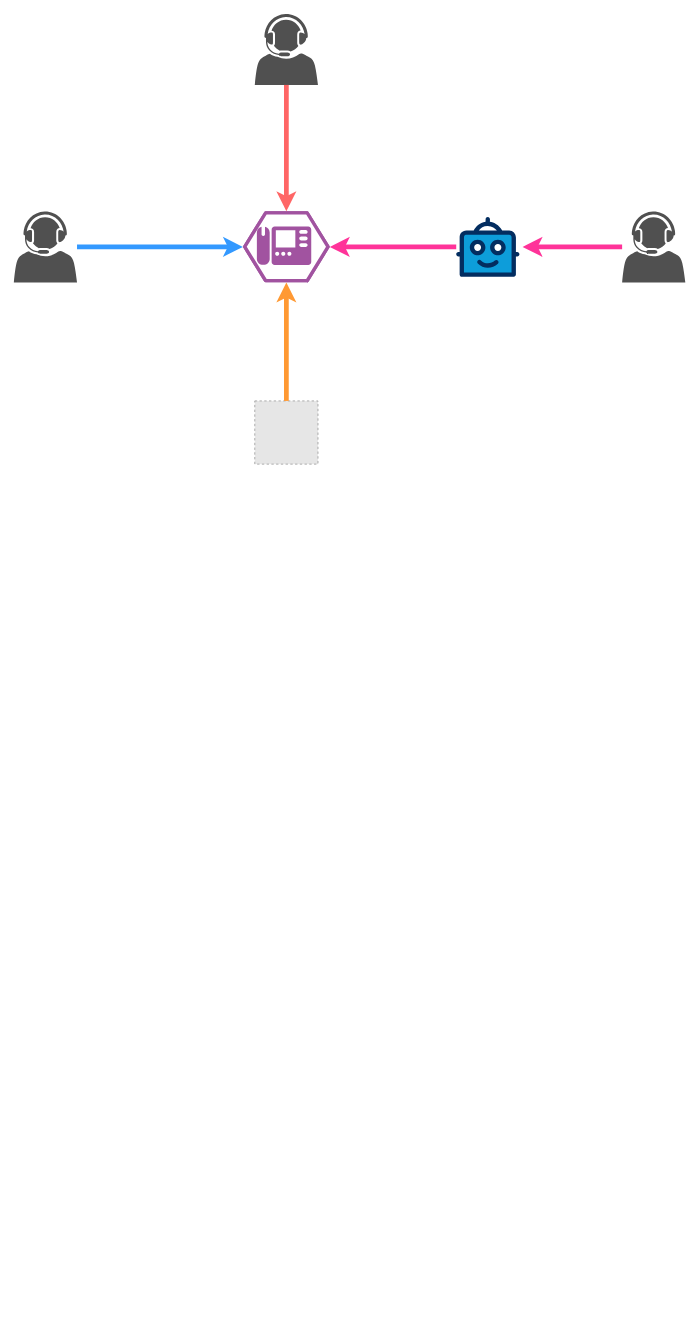
The draw.io diagram 外呼.drawio in LuOyEbY/draw-b, before the edit. Source tidied: cells renumbered, new cells numbered last; positions are measured from the earlier drawing's top-left corner, leaving out a move shared by most shapes. Both pictures are drawn from the tidied source at 79%, with x=0, y=0 at pixel (13, 13). Pictures stored in the file or linked from it are replaced by grey dashed boxes.
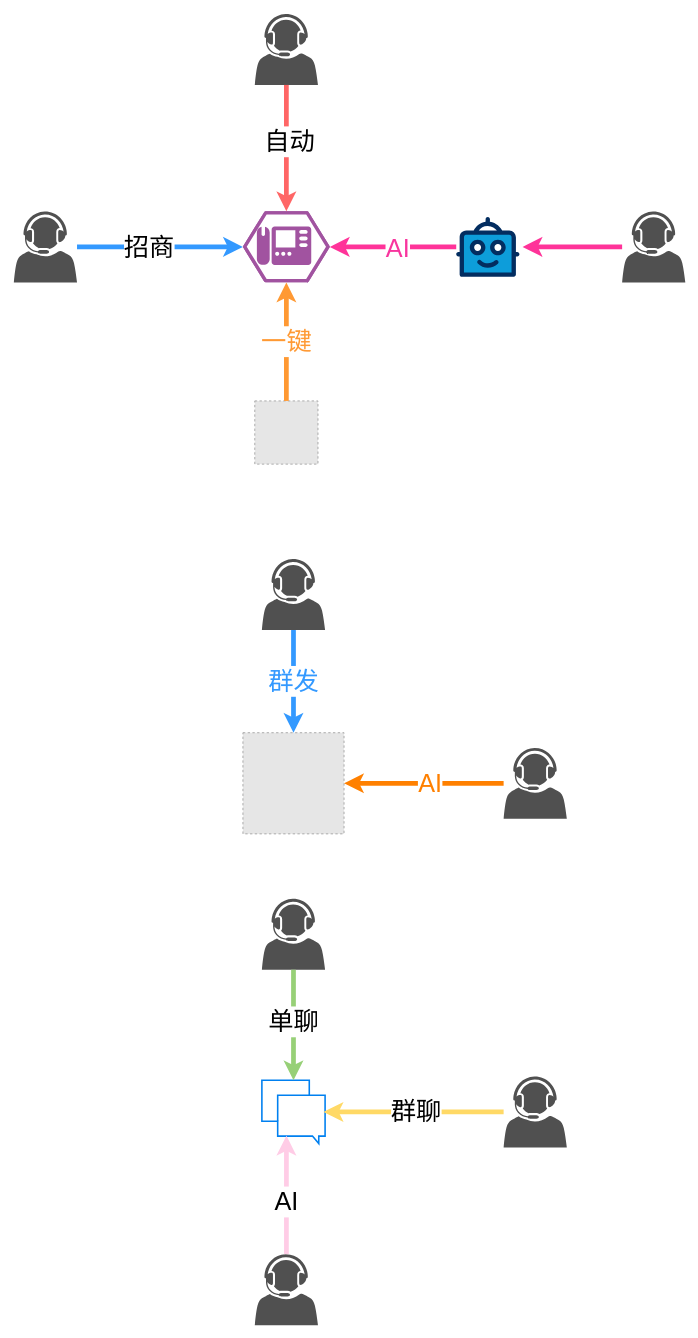
The same page after the edit.

Unchanged cells that the change refers to:
```xml
<mxCell id="2" style="verticalLabelPosition=bottom;sketch=0;html=1;fillColor=#A153A0;strokeColor=#ffffff;verticalAlign=top;align=center;points=[[0,0.5,0],[0.125,0.25,0],[0.25,0,0],[0.5,0,0],[0.75,0,0],[0.875,0.25,0],[1,0.5,0],[0.875,0.75,0],[0.75,1,0],[0.5,1,0],[0.125,0.75,0]];shape=mxgraph.cisco_safe.compositeIcon;bgIcon=mxgraph.cisco_safe.design.blank_device;resIcon=mxgraph.cisco_safe.design.call_manager;" parent="1" vertex="1">
  <mxGeometry x="290" y="250" width="110" height="90" as="geometry" />
</mxCell>
<mxCell id="3" style="fillColor=#E6E6E6;strokeColor=#999999;dashed=1;html=1;verticalAlign=top;verticalLabelPosition=bottom;labelBackgroundColor=#ffffff;" parent="1" vertex="1">
  <mxGeometry x="305" y="490" width="80" height="80" as="geometry" />
</mxCell>
<mxCell id="6" style="edgeStyle=orthogonalEdgeStyle;rounded=0;jettySize=auto;html=1;entryX=0.5;entryY=0;entryDx=0;entryDy=0;entryPerimeter=0;strokeWidth=6;strokeColor=#FF6666;" parent="1" edge="1" source="5" target="2">
  <mxGeometry relative="1" as="geometry" />
</mxCell>
<mxCell id="8" style="edgeStyle=orthogonalEdgeStyle;rounded=0;jettySize=auto;html=1;entryX=1;entryY=0.5;entryDx=0;entryDy=0;entryPerimeter=0;strokeColor=#FF3399;strokeWidth=6;" parent="1" edge="1" source="4" target="2">
  <mxGeometry relative="1" as="geometry" />
</mxCell>
<mxCell id="12" style="edgeStyle=orthogonalEdgeStyle;rounded=0;jettySize=auto;html=1;entryX=0;entryY=0.5;entryDx=0;entryDy=0;entryPerimeter=0;strokeWidth=6;strokeColor=#3399FF;" parent="1" edge="1" source="11" target="2">
  <mxGeometry relative="1" as="geometry" />
</mxCell>
```

What changed in the source:
```diff
@@
+    <mxCell id="13" value="自动" style="edgeLabel;html=1;align=center;verticalAlign=middle;fontSize=32;" parent="6" vertex="1">
+      <mxGeometry x="-0.11" y="3" relative="1" as="geometry" />
+    </mxCell>
@@
+    <mxCell id="14" value="AI" style="edgeLabel;html=1;align=center;verticalAlign=middle;fontSize=32;fontColor=#f8359e;" parent="8" vertex="1">
+      <mxGeometry x="-0.06" y="1" relative="1" as="geometry" />
+    </mxCell>
-    <mxCell id="9" style="edgeStyle=orthogonalEdgeStyle;rounded=0;jettySize=auto;html=1;entryX=0.5;entryY=1;entryDx=0;entryDy=0;entryPerimeter=0;strokeColor=#FF9933;strokeWidth=6;" parent="1" edge="1" source="3" target="2">
+    <mxCell id="9" value="&lt;font color=&quot;#ff9933&quot; style=&quot;font-size: 32px;&quot;&gt;一键&lt;/font&gt;" style="edgeStyle=orthogonalEdgeStyle;rounded=0;jettySize=auto;html=1;entryX=0.5;entryY=1;entryDx=0;entryDy=0;entryPerimeter=0;strokeColor=#FF9933;strokeWidth=6;" parent="1" edge="1" source="3" target="2">
       <mxGeometry relative="1" as="geometry" />
     </mxCell>
@@
+    <mxCell id="15" value="招商" style="edgeLabel;html=1;align=center;verticalAlign=middle;fontSize=32;" parent="12" vertex="1">
+      <mxGeometry x="-0.34" y="1" relative="1" as="geometry">
+        <mxPoint x="21" y="1" as="offset" />
+      </mxGeometry>
+    </mxCell>
+    <mxCell id="16" style="fillColor=#E6E6E6;strokeColor=#999999;dashed=1;html=1;verticalAlign=top;verticalLabelPosition=bottom;labelBackgroundColor=#ffffff;" parent="1" vertex="1">
+      <mxGeometry x="290" y="910" width="128" height="128" as="geometry" />
+    </mxCell>
+    <mxCell id="17" value="&lt;font color=&quot;#3399ff&quot; style=&quot;font-size: 32px;&quot;&gt;群发&lt;/font&gt;" style="edgeStyle=orthogonalEdgeStyle;rounded=0;jettySize=auto;html=1;strokeColor=#3399FF;strokeWidth=6;" parent="1" edge="1" source="18" target="16">
+      <mxGeometry relative="1" as="geometry" />
+    </mxCell>
+    <mxCell id="18" style="sketch=0;shadow=0;dashed=0;html=1;strokeColor=none;fillColor=#505050;labelPosition=center;verticalLabelPosition=bottom;verticalAlign=top;outlineConnect=0;align=center;shape=mxgraph.office.users.call_center_agent;" parent="1" vertex="1">
+      <mxGeometry x="314" y="690" width="80" height="90" as="geometry" />
+    </mxCell>
+    <mxCell id="19" style="edgeStyle=orthogonalEdgeStyle;rounded=0;jettySize=auto;html=1;strokeColor=#FF8000;strokeWidth=6;" parent="1" edge="1" source="21" target="16">
+      <mxGeometry relative="1" as="geometry" />
+    </mxCell>
+    <mxCell id="20" value="&lt;font style=&quot;font-size: 32px;&quot;&gt;AI&lt;/font&gt;" style="edgeLabel;html=1;align=center;verticalAlign=middle;fontColor=#FF8000;" parent="19" vertex="1">
+      <mxGeometry x="-0.07" y="-1" relative="1" as="geometry" />
+    </mxCell>
+    <mxCell id="21" style="sketch=0;shadow=0;dashed=0;html=1;strokeColor=none;fillColor=#505050;labelPosition=center;verticalLabelPosition=bottom;verticalAlign=top;outlineConnect=0;align=center;shape=mxgraph.office.users.call_center_agent;" parent="1" vertex="1">
+      <mxGeometry x="620" y="929" width="80" height="90" as="geometry" />
+    </mxCell>
+    <mxCell id="22" style="html=1;verticalLabelPosition=bottom;align=center;labelBackgroundColor=#ffffff;verticalAlign=top;strokeWidth=2;strokeColor=#0080F0;shadow=0;dashed=0;shape=mxgraph.ios7.icons.messages;" parent="1" vertex="1">
+      <mxGeometry x="314" y="1350" width="80" height="80" as="geometry" />
+    </mxCell>
+    <mxCell id="23" style="sketch=0;shadow=0;dashed=0;html=1;strokeColor=none;fillColor=#505050;labelPosition=center;verticalLabelPosition=bottom;verticalAlign=top;outlineConnect=0;align=center;shape=mxgraph.office.users.call_center_agent;" parent="1" vertex="1">
+      <mxGeometry x="314" y="1120" width="80" height="90" as="geometry" />
+    </mxCell>
+    <mxCell id="24" style="edgeStyle=orthogonalEdgeStyle;rounded=0;jettySize=auto;html=1;entryX=0.5;entryY=0;entryDx=0;entryDy=0;entryPerimeter=0;strokeWidth=6;strokeColor=#97D077;" parent="1" edge="1" source="23" target="22">
+      <mxGeometry relative="1" as="geometry" />
+    </mxCell>
+    <mxCell id="25" value="单聊" style="edgeLabel;html=1;align=center;verticalAlign=middle;fontSize=32;" parent="24" vertex="1">
+      <mxGeometry x="-0.07" y="-1" relative="1" as="geometry" />
+    </mxCell>
+    <mxCell id="26" style="sketch=0;shadow=0;dashed=0;html=1;strokeColor=none;fillColor=#505050;labelPosition=center;verticalLabelPosition=bottom;verticalAlign=top;outlineConnect=0;align=center;shape=mxgraph.office.users.call_center_agent;" parent="1" vertex="1">
+      <mxGeometry x="620" y="1345" width="80" height="90" as="geometry" />
+    </mxCell>
+    <mxCell id="27" style="edgeStyle=orthogonalEdgeStyle;rounded=0;jettySize=auto;html=1;entryX=0.975;entryY=0.5;entryDx=0;entryDy=0;entryPerimeter=0;strokeWidth=6;strokeColor=#FFD966;" parent="1" edge="1" source="26" target="22">
+      <mxGeometry relative="1" as="geometry" />
+    </mxCell>
+    <mxCell id="28" value="群聊" style="edgeLabel;html=1;align=center;verticalAlign=middle;fontSize=32;" parent="27" vertex="1">
+      <mxGeometry x="-0.02" y="-1" relative="1" as="geometry" />
+    </mxCell>
+    <mxCell id="29" style="sketch=0;shadow=0;dashed=0;html=1;strokeColor=none;fillColor=#505050;labelPosition=center;verticalLabelPosition=bottom;verticalAlign=top;outlineConnect=0;align=center;shape=mxgraph.office.users.call_center_agent;" parent="1" vertex="1">
+      <mxGeometry x="305" y="1570" width="80" height="90" as="geometry" />
+    </mxCell>
+    <mxCell id="30" style="edgeStyle=orthogonalEdgeStyle;rounded=0;jettySize=auto;html=1;entryX=0.388;entryY=0.875;entryDx=0;entryDy=0;entryPerimeter=0;strokeWidth=6;strokeColor=#FFCCE6;" parent="1" edge="1" source="29" target="22">
+      <mxGeometry relative="1" as="geometry" />
+    </mxCell>
+    <mxCell id="31" value="&lt;font style=&quot;font-size: 32px;&quot;&gt;AI&lt;/font&gt;" style="edgeLabel;html=1;align=center;verticalAlign=middle;" parent="30" vertex="1">
+      <mxGeometry x="-0.11" y="1" relative="1" as="geometry" />
+    </mxCell>
```
